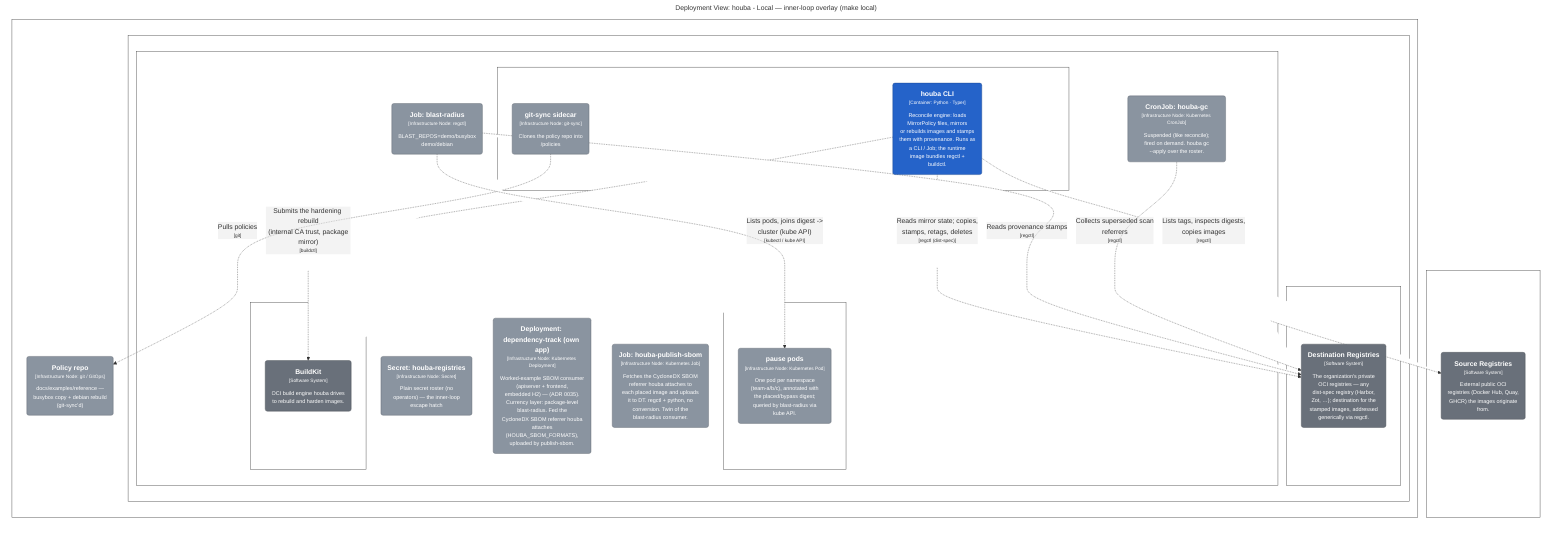
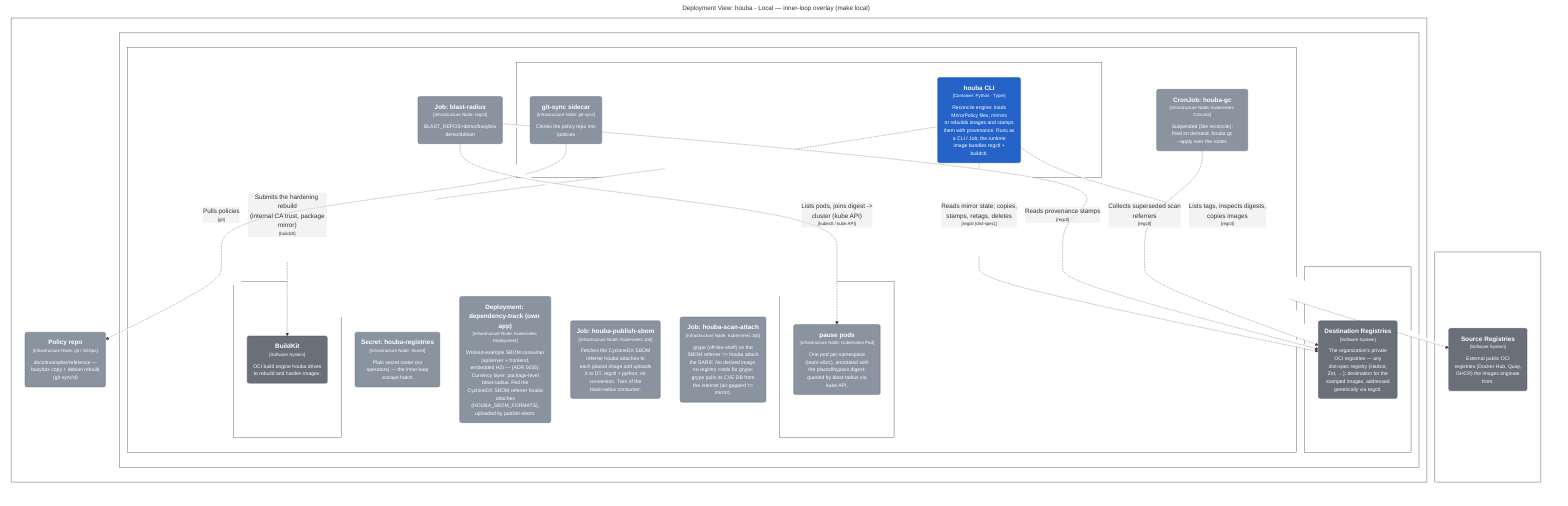
graph LR
  linkStyle default fill:#ffffff

  subgraph diagram ["Deployment View: houba - Local — inner-loop overlay (make local)"]
    style diagram fill:#ffffff,stroke:#ffffff

-     subgraph 210 ["Operator host"]
-       style 210 fill:#ffffff,stroke:#444444,color:#ffffff
+     subgraph 212 ["Operator host"]
+       style 212 fill:#ffffff,stroke:#444444,color:#ffffff

-       211("<div style='font-weight: bold'>Policy repo</div><div style='font-size: 70%; margin-top: 0px'>[Infrastructure Node: git / GitOps]</div><div style='font-size: 80%; margin-top:10px'>docs/examples/reference —<br />busybox copy + debian rebuild<br />(git-sync'd)</div>")
-       style 211 fill:#8a94a0,stroke:#606770,color:#ffffff
-       subgraph 212 ["kind cluster"]
-         style 212 fill:#ffffff,stroke:#444444,color:#ffffff
+       213("<div style='font-weight: bold'>Policy repo</div><div style='font-size: 70%; margin-top: 0px'>[Infrastructure Node: git / GitOps]</div><div style='font-size: 80%; margin-top:10px'>docs/examples/reference —<br />busybox copy + debian rebuild<br />(git-sync'd)</div>")
+       style 213 fill:#8a94a0,stroke:#606770,color:#ffffff
+       subgraph 214 ["kind cluster"]
+         style 214 fill:#ffffff,stroke:#444444,color:#ffffff

-         subgraph 213 ["namespace: houba"]
-           style 213 fill:#ffffff,stroke:#444444,color:#ffffff
+         subgraph 215 ["namespace: houba"]
+           style 215 fill:#ffffff,stroke:#444444,color:#ffffff

-           subgraph 214 ["CronJob: houba-reconcile"]
-             style 214 fill:#ffffff,stroke:#444444,color:#ffffff
+           subgraph 216 ["CronJob: houba-reconcile"]
+             style 216 fill:#ffffff,stroke:#444444,color:#ffffff

-             215("<div style='font-weight: bold'>houba CLI</div><div style='font-size: 70%; margin-top: 0px'>[Container: Python · Typer]</div><div style='font-size: 80%; margin-top:10px'>Reconcile engine: loads<br />MirrorPolicy files, mirrors<br />or rebuilds images and stamps<br />them with provenance. Runs as<br />a CLI / Job; the runtime<br />image bundles regctl +<br />buildctl.</div>")
-             style 215 fill:#2563c9,stroke:#19458c,color:#ffffff
-             216("<div style='font-weight: bold'>git-sync sidecar</div><div style='font-size: 70%; margin-top: 0px'>[Infrastructure Node: git-sync]</div><div style='font-size: 80%; margin-top:10px'>Clones the policy repo into<br />/policies</div>")
-             style 216 fill:#8a94a0,stroke:#606770,color:#ffffff
+             217("<div style='font-weight: bold'>houba CLI</div><div style='font-size: 70%; margin-top: 0px'>[Container: Python · Typer]</div><div style='font-size: 80%; margin-top:10px'>Reconcile engine: loads<br />MirrorPolicy files, mirrors<br />or rebuilds images and stamps<br />them with provenance. Runs as<br />a CLI / Job; the runtime<br />image bundles regctl +<br />buildctl.</div>")
+             style 217 fill:#2563c9,stroke:#19458c,color:#ffffff
+             218("<div style='font-weight: bold'>git-sync sidecar</div><div style='font-size: 70%; margin-top: 0px'>[Infrastructure Node: git-sync]</div><div style='font-size: 80%; margin-top:10px'>Clones the policy repo into<br />/policies</div>")
+             style 218 fill:#8a94a0,stroke:#606770,color:#ffffff
          end

-           subgraph 217 ["Deployment: buildkitd"]
-             style 217 fill:#ffffff,stroke:#444444,color:#ffffff
+           subgraph 219 ["Deployment: buildkitd"]
+             style 219 fill:#ffffff,stroke:#444444,color:#ffffff

-             218("<div style='font-weight: bold'>BuildKit</div><div style='font-size: 70%; margin-top: 0px'>[Software System]</div><div style='font-size: 80%; margin-top:10px'>OCI build engine houba drives<br />to rebuild and harden images.</div>")
-             style 218 fill:#69707a,stroke:#494e55,color:#ffffff
+             220("<div style='font-weight: bold'>BuildKit</div><div style='font-size: 70%; margin-top: 0px'>[Software System]</div><div style='font-size: 80%; margin-top:10px'>OCI build engine houba drives<br />to rebuild and harden images.</div>")
+             style 220 fill:#69707a,stroke:#494e55,color:#ffffff
          end

-           220("<div style='font-weight: bold'>Secret: houba-registries</div><div style='font-size: 70%; margin-top: 0px'>[Infrastructure Node: Secret]</div><div style='font-size: 80%; margin-top:10px'>Plain secret roster (no<br />operators) — the inner-loop<br />escape hatch</div>")
-           style 220 fill:#8a94a0,stroke:#606770,color:#ffffff
-           221("<div style='font-weight: bold'>Job: blast-radius</div><div style='font-size: 70%; margin-top: 0px'>[Infrastructure Node: regctl]</div><div style='font-size: 80%; margin-top:10px'>BLAST_REPOS=demo/busybox<br />demo/debian</div>")
-           style 221 fill:#8a94a0,stroke:#606770,color:#ffffff
-           222("<div style='font-weight: bold'>CronJob: houba-gc</div><div style='font-size: 70%; margin-top: 0px'>[Infrastructure Node: Kubernetes CronJob]</div><div style='font-size: 80%; margin-top:10px'>Suspended (like reconcile);<br />fired on demand. houba gc<br />--apply over the roster.</div>")
+           222("<div style='font-weight: bold'>Secret: houba-registries</div><div style='font-size: 70%; margin-top: 0px'>[Infrastructure Node: Secret]</div><div style='font-size: 80%; margin-top:10px'>Plain secret roster (no<br />operators) — the inner-loop<br />escape hatch</div>")
          style 222 fill:#8a94a0,stroke:#606770,color:#ffffff
-           223("<div style='font-weight: bold'>Deployment: dependency-track (own app)</div><div style='font-size: 70%; margin-top: 0px'>[Infrastructure Node: Kubernetes Deployment]</div><div style='font-size: 80%; margin-top:10px'>Worked-example SBOM consumer<br />(apiserver + frontend,<br />embedded H2) — (ADR 0035).<br />Currency layer: package-level<br />blast-radius. Fed the<br />CycloneDX SBOM referrer houba<br />attaches<br />(HOUBA_SBOM_FORMATS),<br />uploaded by publish-sbom.</div>")
+           223("<div style='font-weight: bold'>Job: blast-radius</div><div style='font-size: 70%; margin-top: 0px'>[Infrastructure Node: regctl]</div><div style='font-size: 80%; margin-top:10px'>BLAST_REPOS=demo/busybox<br />demo/debian</div>")
          style 223 fill:#8a94a0,stroke:#606770,color:#ffffff
-           224("<div style='font-weight: bold'>Job: houba-publish-sbom</div><div style='font-size: 70%; margin-top: 0px'>[Infrastructure Node: Kubernetes Job]</div><div style='font-size: 80%; margin-top:10px'>Fetches the CycloneDX SBOM<br />referrer houba attaches to<br />each placed image and uploads<br />it to DT. regctl + python, no<br />conversion. Twin of the<br />blast-radius consumer.</div>")
+           224("<div style='font-weight: bold'>CronJob: houba-gc</div><div style='font-size: 70%; margin-top: 0px'>[Infrastructure Node: Kubernetes CronJob]</div><div style='font-size: 80%; margin-top:10px'>Suspended (like reconcile);<br />fired on demand. houba gc<br />--apply over the roster.</div>")
          style 224 fill:#8a94a0,stroke:#606770,color:#ffffff
-           subgraph 225 ["marked workloads (team-a/b/c)"]
-             style 225 fill:#ffffff,stroke:#444444,color:#ffffff
+           225("<div style='font-weight: bold'>Deployment: dependency-track (own app)</div><div style='font-size: 70%; margin-top: 0px'>[Infrastructure Node: Kubernetes Deployment]</div><div style='font-size: 80%; margin-top:10px'>Worked-example SBOM consumer<br />(apiserver + frontend,<br />embedded H2) — (ADR 0035).<br />Currency layer: package-level<br />blast-radius. Fed the<br />CycloneDX SBOM referrer houba<br />attaches<br />(HOUBA_SBOM_FORMATS),<br />uploaded by publish-sbom.</div>")
+           style 225 fill:#8a94a0,stroke:#606770,color:#ffffff
+           226("<div style='font-weight: bold'>Job: houba-publish-sbom</div><div style='font-size: 70%; margin-top: 0px'>[Infrastructure Node: Kubernetes Job]</div><div style='font-size: 80%; margin-top:10px'>Fetches the CycloneDX SBOM<br />referrer houba attaches to<br />each placed image and uploads<br />it to DT. regctl + python, no<br />conversion. Twin of the<br />blast-radius consumer.</div>")
+           style 226 fill:#8a94a0,stroke:#606770,color:#ffffff
+           227("<div style='font-weight: bold'>Job: houba-scan-attach</div><div style='font-size: 70%; margin-top: 0px'>[Infrastructure Node: Kubernetes Job]</div><div style='font-size: 80%; margin-top:10px'>grype (off-the-shelf) on the<br />SBOM referrer => houba attach<br />the SARIF. No derived image,<br />no registry creds for grype;<br />grype pulls its CVE DB from<br />the internet (air-gapped =><br />mirror).</div>")
+           style 227 fill:#8a94a0,stroke:#606770,color:#ffffff
+           subgraph 228 ["marked workloads (team-a/b/c)"]
+             style 228 fill:#ffffff,stroke:#444444,color:#ffffff

-             226("<div style='font-weight: bold'>pause pods</div><div style='font-size: 70%; margin-top: 0px'>[Infrastructure Node: Kubernetes Pod]</div><div style='font-size: 80%; margin-top:10px'>One pod per namespace<br />(team-a/b/c), annotated with<br />the placed/bypass digest;<br />queried by blast-radius via<br />kube API.</div>")
-             style 226 fill:#8a94a0,stroke:#606770,color:#ffffff
+             229("<div style='font-weight: bold'>pause pods</div><div style='font-size: 70%; margin-top: 0px'>[Infrastructure Node: Kubernetes Pod]</div><div style='font-size: 80%; margin-top:10px'>One pod per namespace<br />(team-a/b/c), annotated with<br />the placed/bypass digest;<br />queried by blast-radius via<br />kube API.</div>")
+             style 229 fill:#8a94a0,stroke:#606770,color:#ffffff
          end

        end

-         subgraph 227 ["namespace: registry"]
-           style 227 fill:#ffffff,stroke:#444444,color:#ffffff
+         subgraph 230 ["namespace: registry"]
+           style 230 fill:#ffffff,stroke:#444444,color:#ffffff

-           228("<div style='font-weight: bold'>Destination Registries</div><div style='font-size: 70%; margin-top: 0px'>[Software System]</div><div style='font-size: 80%; margin-top:10px'>The organization's private<br />OCI registries — any<br />dist-spec registry (Harbor,<br />Zot, …); destination for the<br />stamped images, addressed<br />generically via regctl.</div>")
-           style 228 fill:#69707a,stroke:#494e55,color:#ffffff
+           231("<div style='font-weight: bold'>Destination Registries</div><div style='font-size: 70%; margin-top: 0px'>[Software System]</div><div style='font-size: 80%; margin-top:10px'>The organization's private<br />OCI registries — any<br />dist-spec registry (Harbor,<br />Zot, …); destination for the<br />stamped images, addressed<br />generically via regctl.</div>")
+           style 231 fill:#69707a,stroke:#494e55,color:#ffffff
        end

      end

    end

-     subgraph 230 ["Internet"]
-       style 230 fill:#ffffff,stroke:#444444,color:#ffffff
+     subgraph 233 ["Internet"]
+       style 233 fill:#ffffff,stroke:#444444,color:#ffffff

-       231("<div style='font-weight: bold'>Source Registries</div><div style='font-size: 70%; margin-top: 0px'>[Software System]</div><div style='font-size: 80%; margin-top:10px'>External public OCI<br />registries (Docker Hub, Quay,<br />GHCR) the images originate<br />from.</div>")
-       style 231 fill:#69707a,stroke:#494e55,color:#ffffff
+       234("<div style='font-weight: bold'>Source Registries</div><div style='font-size: 70%; margin-top: 0px'>[Software System]</div><div style='font-size: 80%; margin-top:10px'>External public OCI<br />registries (Docker Hub, Quay,<br />GHCR) the images originate<br />from.</div>")
+       style 234 fill:#69707a,stroke:#494e55,color:#ffffff
    end

-     215-. "<div>Submits the hardening rebuild<br />(internal CA trust, package<br />mirror)</div><div style='font-size: 70%'>[buildctl]</div>" .->218
-     215-. "<div>Reads mirror state; copies,<br />stamps, retags, deletes</div><div style='font-size: 70%'>[regctl (dist-spec)]</div>" .->228
-     215-. "<div>Lists tags, inspects digests,<br />copies images</div><div style='font-size: 70%'>[regctl]</div>" .->231
-     216-. "<div>Pulls policies</div><div style='font-size: 70%'>[git]</div>" .->211
-     221-. "<div>Reads provenance stamps</div><div style='font-size: 70%'>[regctl]</div>" .->228
-     221-. "<div>Lists pods, joins digest -><br />cluster (kube API)</div><div style='font-size: 70%'>[kubectl / kube API]</div>" .->226
-     222-. "<div>Collects superseded scan<br />referrers</div><div style='font-size: 70%'>[regctl]</div>" .->228
+     217-. "<div>Submits the hardening rebuild<br />(internal CA trust, package<br />mirror)</div><div style='font-size: 70%'>[buildctl]</div>" .->220
+     217-. "<div>Reads mirror state; copies,<br />stamps, retags, deletes</div><div style='font-size: 70%'>[regctl (dist-spec)]</div>" .->231
+     217-. "<div>Lists tags, inspects digests,<br />copies images</div><div style='font-size: 70%'>[regctl]</div>" .->234
+     218-. "<div>Pulls policies</div><div style='font-size: 70%'>[git]</div>" .->213
+     223-. "<div>Reads provenance stamps</div><div style='font-size: 70%'>[regctl]</div>" .->231
+     223-. "<div>Lists pods, joins digest -><br />cluster (kube API)</div><div style='font-size: 70%'>[kubectl / kube API]</div>" .->229
+     224-. "<div>Collects superseded scan<br />referrers</div><div style='font-size: 70%'>[regctl]</div>" .->231

  end